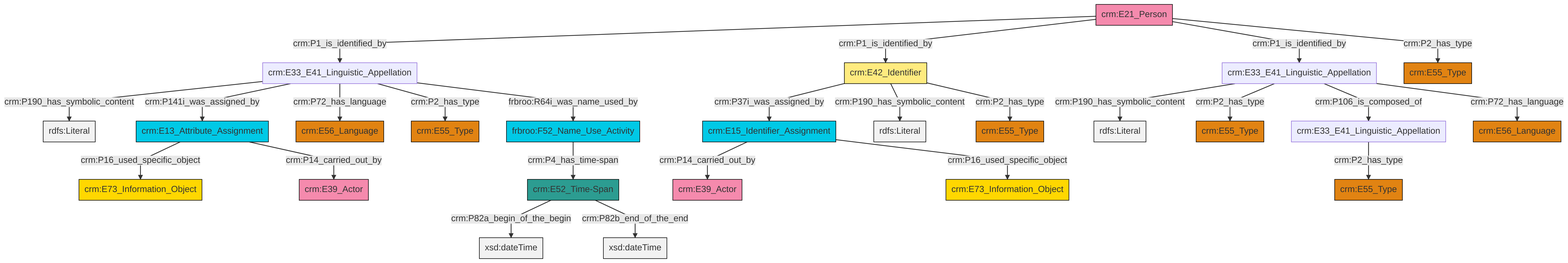
Above: et/personCSV/ttl/mmd/png/Person_Names_and_Classification.png in swiss-art-research-net/docs.swissartresearch (Mermaid), before the change. Its source is kept beside it as et/personCSV/ttl/mmd/Person_Names_and_Classification.ttl.mmd.
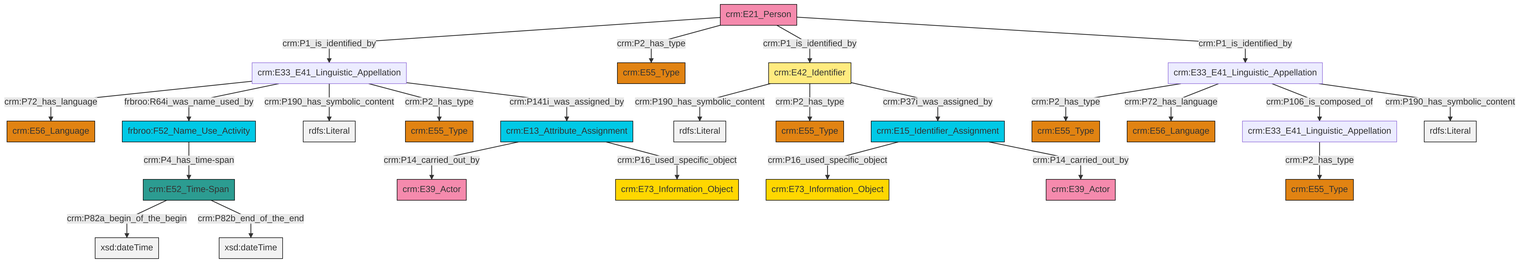
The same diagram one commit later.

Change to the diagram source:
```diff
@@ -13,27 +13,27 @@
 classDef PC_Classes fill:#4ce600, stroke:#000000;
 classDef Multi fill:#cccccc,stroke:#000000;
 
-0["crm:E33_E41_Linguistic_Appellation"]:::Default -->|crm:P190_has_symbolic_content| 1[rdfs:Literal]:::Literal
-8["crm:E21_Person"]:::Actor -->|crm:P1_is_identified_by| 0["crm:E33_E41_Linguistic_Appellation"]:::Default
-9["crm:E15_Identifier_Assignment"]:::Temporal_Entity -->|crm:P14_carried_out_by| 2["crm:E39_Actor"]:::Actor
-12["crm:E42_Identifier"]:::Appellation -->|crm:P37i_was_assigned_by| 9["crm:E15_Identifier_Assignment"]:::Temporal_Entity
-14["crm:E52_Time-Span"]:::Time-Span -->|crm:P82a_begin_of_the_begin| 15[xsd:dateTime]:::Literal
-18["crm:E13_Attribute_Assignment"]:::Temporal_Entity -->|crm:P16_used_specific_object| 19["crm:E73_Information_Object"]:::Conceptual_Object
-0["crm:E33_E41_Linguistic_Appellation"]:::Default -->|crm:P141i_was_assigned_by| 18["crm:E13_Attribute_Assignment"]:::Temporal_Entity
-14["crm:E52_Time-Span"]:::Time-Span -->|crm:P82b_end_of_the_end| 22[xsd:dateTime]:::Literal
-12["crm:E42_Identifier"]:::Appellation -->|crm:P190_has_symbolic_content| 23[rdfs:Literal]:::Literal
-24["frbroo:F52_Name_Use_Activity"]:::Temporal_Entity -->|crm:P4_has_time-span| 14["crm:E52_Time-Span"]:::Time-Span
-8["crm:E21_Person"]:::Actor -->|crm:P1_is_identified_by| 12["crm:E42_Identifier"]:::Appellation
-18["crm:E13_Attribute_Assignment"]:::Temporal_Entity -->|crm:P14_carried_out_by| 28["crm:E39_Actor"]:::Actor
-0["crm:E33_E41_Linguistic_Appellation"]:::Default -->|crm:P72_has_language| 25["crm:E56_Language"]:::Type
-12["crm:E42_Identifier"]:::Appellation -->|crm:P2_has_type| 30["crm:E55_Type"]:::Type
-33["crm:E33_E41_Linguistic_Appellation"]:::Default -->|crm:P190_has_symbolic_content| 34[rdfs:Literal]:::Literal
-6["crm:E33_E41_Linguistic_Appellation"]:::Default -->|crm:P2_has_type| 20["crm:E55_Type"]:::Type
-8["crm:E21_Person"]:::Actor -->|crm:P1_is_identified_by| 33["crm:E33_E41_Linguistic_Appellation"]:::Default
-33["crm:E33_E41_Linguistic_Appellation"]:::Default -->|crm:P2_has_type| 4["crm:E55_Type"]:::Type
-9["crm:E15_Identifier_Assignment"]:::Temporal_Entity -->|crm:P16_used_specific_object| 31["crm:E73_Information_Object"]:::Conceptual_Object
-8["crm:E21_Person"]:::Actor -->|crm:P2_has_type| 16["crm:E55_Type"]:::Type
-33["crm:E33_E41_Linguistic_Appellation"]:::Default -->|crm:P106_is_composed_of| 6["crm:E33_E41_Linguistic_Appellation"]:::Default
-33["crm:E33_E41_Linguistic_Appellation"]:::Default -->|crm:P72_has_language| 40["crm:E56_Language"]:::Type
-0["crm:E33_E41_Linguistic_Appellation"]:::Default -->|crm:P2_has_type| 10["crm:E55_Type"]:::Type
-0["crm:E33_E41_Linguistic_Appellation"]:::Default -->|frbroo:R64i_was_name_used_by| 24["frbroo:F52_Name_Use_Activity"]:::Temporal_Entity
+0["crm:E21_Person"]:::Actor -->|crm:P1_is_identified_by| 1["crm:E33_E41_Linguistic_Appellation"]:::Default
+2["crm:E33_E41_Linguistic_Appellation"]:::Default -->|crm:P2_has_type| 7["crm:E55_Type"]:::Type
+1["crm:E33_E41_Linguistic_Appellation"]:::Default -->|crm:P72_has_language| 12["crm:E56_Language"]:::Type
+8["crm:E33_E41_Linguistic_Appellation"]:::Default -->|crm:P2_has_type| 4["crm:E55_Type"]:::Type
+18["crm:E42_Identifier"]:::Appellation -->|crm:P190_has_symbolic_content| 19[rdfs:Literal]:::Literal
+18["crm:E42_Identifier"]:::Appellation -->|crm:P2_has_type| 14["crm:E55_Type"]:::Type
+20["crm:E13_Attribute_Assignment"]:::Temporal_Entity -->|crm:P14_carried_out_by| 21["crm:E39_Actor"]:::Actor
+20["crm:E13_Attribute_Assignment"]:::Temporal_Entity -->|crm:P16_used_specific_object| 22["crm:E73_Information_Object"]:::Conceptual_Object
+10["crm:E15_Identifier_Assignment"]:::Temporal_Entity -->|crm:P16_used_specific_object| 23["crm:E73_Information_Object"]:::Conceptual_Object
+0["crm:E21_Person"]:::Actor -->|crm:P2_has_type| 24["crm:E55_Type"]:::Type
+0["crm:E21_Person"]:::Actor -->|crm:P1_is_identified_by| 18["crm:E42_Identifier"]:::Appellation
+28["crm:E52_Time-Span"]:::Time-Span -->|crm:P82a_begin_of_the_begin| 29[xsd:dateTime]:::Literal
+10["crm:E15_Identifier_Assignment"]:::Temporal_Entity -->|crm:P14_carried_out_by| 16["crm:E39_Actor"]:::Actor
+1["crm:E33_E41_Linguistic_Appellation"]:::Default -->|frbroo:R64i_was_name_used_by| 31["frbroo:F52_Name_Use_Activity"]:::Temporal_Entity
+18["crm:E42_Identifier"]:::Appellation -->|crm:P37i_was_assigned_by| 10["crm:E15_Identifier_Assignment"]:::Temporal_Entity
+8["crm:E33_E41_Linguistic_Appellation"]:::Default -->|crm:P72_has_language| 33["crm:E56_Language"]:::Type
+0["crm:E21_Person"]:::Actor -->|crm:P1_is_identified_by| 8["crm:E33_E41_Linguistic_Appellation"]:::Default
+31["frbroo:F52_Name_Use_Activity"]:::Temporal_Entity -->|crm:P4_has_time-span| 28["crm:E52_Time-Span"]:::Time-Span
+1["crm:E33_E41_Linguistic_Appellation"]:::Default -->|crm:P190_has_symbolic_content| 37[rdfs:Literal]:::Literal
+8["crm:E33_E41_Linguistic_Appellation"]:::Default -->|crm:P106_is_composed_of| 2["crm:E33_E41_Linguistic_Appellation"]:::Default
+1["crm:E33_E41_Linguistic_Appellation"]:::Default -->|crm:P2_has_type| 40["crm:E55_Type"]:::Type
+28["crm:E52_Time-Span"]:::Time-Span -->|crm:P82b_end_of_the_end| 43[xsd:dateTime]:::Literal
+1["crm:E33_E41_Linguistic_Appellation"]:::Default -->|crm:P141i_was_assigned_by| 20["crm:E13_Attribute_Assignment"]:::Temporal_Entity
+8["crm:E33_E41_Linguistic_Appellation"]:::Default -->|crm:P190_has_symbolic_content| 45[rdfs:Literal]:::Literal
```
